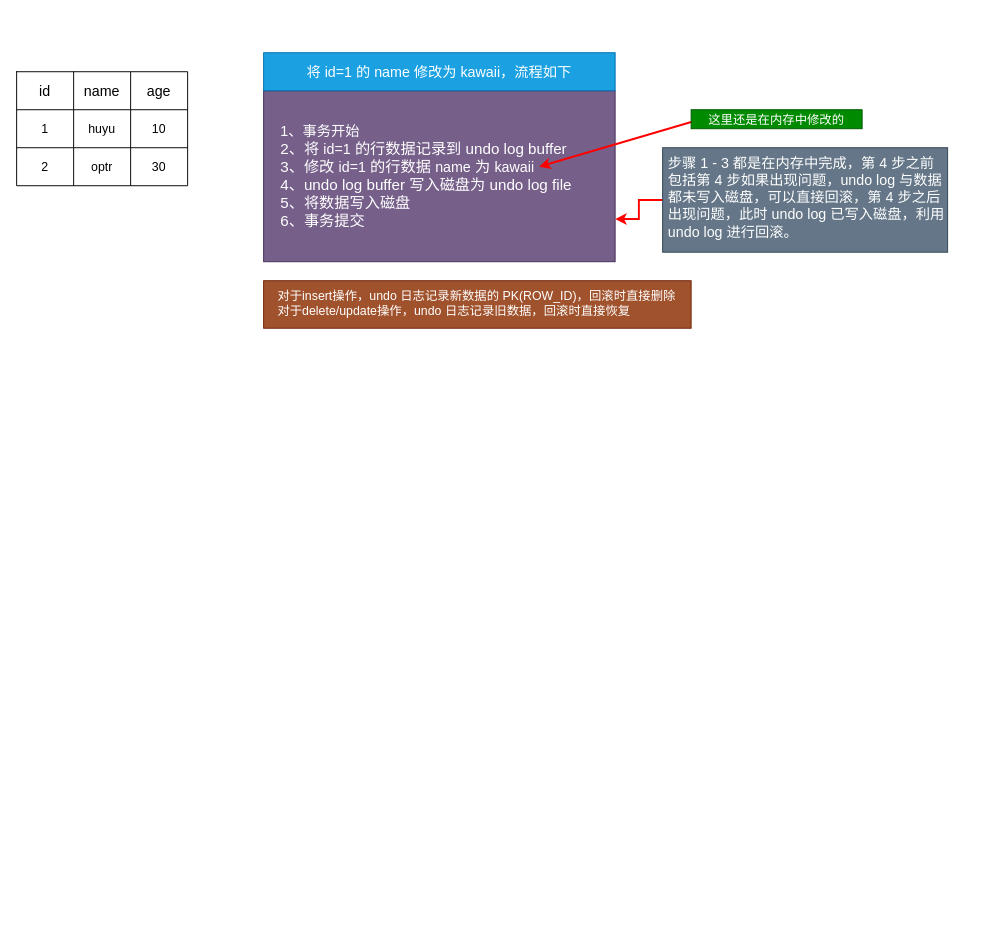
Above: mysql_redo_undo.drawio in Eudora-Bessie/AutoApiSR (draw.io), before the change. Source tidied: cells renumbered, new cells numbered last; positions are measured from the earlier drawing's top-left corner, leaving out a move shared by most shapes. Both pictures are drawn from the tidied source at 95%, with x=0, y=0 at pixel (16, 52).
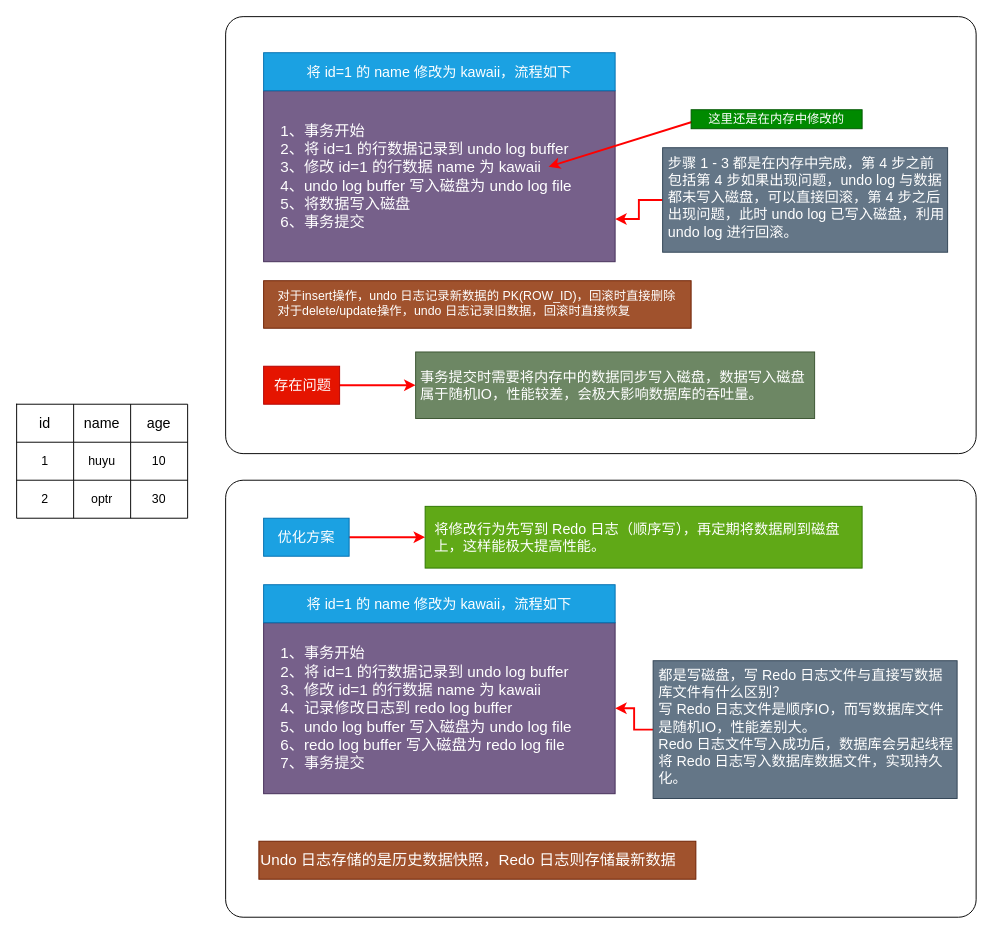
Above is the later version.

What changed in the source:
```diff
@@
+    <mxCell id="22" style="rounded=1;whiteSpace=wrap;html=1;fontSize=13;align=left;arcSize=4;" parent="1" vertex="1">
+      <mxGeometry x="220" y="-38" width="790" height="460" as="geometry" />
+    </mxCell>
     <mxCell id="2" style="shape=table;html=1;whiteSpace=wrap;startSize=0;childLayout=tableLayout;fontSize=14;" parent="1" vertex="1">
-      <mxGeometry y="20" width="180" height="120" as="geometry" />
+      <mxGeometry y="370" width="180" height="120" as="geometry" />
     </mxCell>
@@
-    <mxCell id="15" value="1、事务开始&lt;br&gt;&lt;font color=&quot;#ffffff&quot;&gt;&lt;span style=&quot;font-family: &amp;#34;microsoft yahei&amp;#34; , &amp;#34;helvetica&amp;#34; , &amp;#34;arial&amp;#34; , &amp;#34;lucida grande&amp;#34; , &amp;#34;tahoma&amp;#34; , sans-serif ; font-size: 16px ; text-align: justify ; text-indent: 32px&quot;&gt;2、将&amp;nbsp;&lt;/span&gt;id=1&lt;span style=&quot;font-family: &amp;#34;microsoft yahei&amp;#34; , &amp;#34;helvetica&amp;#34; , &amp;#34;arial&amp;#34; , &amp;#34;lucida grande&amp;#34; , &amp;#34;tahoma&amp;#34; , sans-serif ; font-size: 16px ; text-align: justify ; text-indent: 32px&quot;&gt;&amp;nbsp;的行数据记录到 undo log buffer&lt;/span&gt;&lt;br style=&quot;box-sizing: border-box ; font-family: &amp;#34;microsoft yahei&amp;#34; , &amp;#34;helvetica&amp;#34; , &amp;#34;arial&amp;#34; , &amp;#34;lucida grande&amp;#34; , &amp;#34;tahoma&amp;#34; , sans-serif ; font-size: 16px ; text-align: justify ; text-indent: 32px&quot;&gt;&lt;span style=&quot;font-family: &amp;#34;microsoft yahei&amp;#34; , &amp;#34;helvetica&amp;#34; , &amp;#34;arial&amp;#34; , &amp;#34;lucida grande&amp;#34; , &amp;#34;tahoma&amp;#34; , sans-serif ; font-size: 16px ; text-align: justify ; text-indent: 32px&quot;&gt;3、修改&amp;nbsp;&lt;/span&gt;id=1&lt;span style=&quot;font-family: &amp;#34;microsoft yahei&amp;#34; , &amp;#34;helvetica&amp;#34; , &amp;#34;arial&amp;#34; , &amp;#34;lucida grande&amp;#34; , &amp;#34;tahoma&amp;#34; , sans-serif ; font-size: 16px ; text-align: justify ; text-indent: 32px&quot;&gt;&amp;nbsp;的行数据&amp;nbsp;&lt;/span&gt;name&lt;span style=&quot;font-family: &amp;#34;microsoft yahei&amp;#34; , &amp;#34;helvetica&amp;#34; , &amp;#34;arial&amp;#34; , &amp;#34;lucida grande&amp;#34; , &amp;#34;tahoma&amp;#34; , sans-serif ; font-size: 16px ; text-align: justify ; text-indent: 32px&quot;&gt;&amp;nbsp;为&amp;nbsp;&lt;/span&gt;kawaii&lt;br style=&quot;box-sizing: border-box ; font-family: &amp;#34;microsoft yahei&amp;#34; , &amp;#34;helvetica&amp;#34; , &amp;#34;arial&amp;#34; , &amp;#34;lucida grande&amp;#34; , &amp;#34;tahoma&amp;#34; , sans-serif ; font-size: 16px ; text-align: justify ; text-indent: 32px&quot;&gt;&lt;span style=&quot;font-family: &amp;#34;microsoft yahei&amp;#34; , &amp;#34;helvetica&amp;#34; , &amp;#34;arial&amp;#34; , &amp;#34;lucida grande&amp;#34; , &amp;#34;tahoma&amp;#34; , sans-serif ; font-size: 16px ; text-align: justify ; text-indent: 32px&quot;&gt;4、undo log buffer 写入磁盘为 undo log file&lt;/span&gt;&lt;br style=&quot;box-sizing: border-box ; font-family: &amp;#34;microsoft yahei&amp;#34; , &amp;#34;helvetica&amp;#34; , &amp;#34;arial&amp;#34; , &amp;#34;lucida grande&amp;#34; , &amp;#34;tahoma&amp;#34; , sans-serif ; font-size: 16px ; text-align: justify ; text-indent: 32px&quot;&gt;&lt;span style=&quot;font-family: &amp;#34;microsoft yahei&amp;#34; , &amp;#34;helvetica&amp;#34; , &amp;#34;arial&amp;#34; , &amp;#34;lucida grande&amp;#34; , &amp;#34;tahoma&amp;#34; , sans-serif ; font-size: 16px ; text-align: justify ; text-indent: 32px&quot;&gt;5、将数据写入磁盘&lt;/span&gt;&lt;br style=&quot;box-sizing: border-box ; font-family: &amp;#34;microsoft yahei&amp;#34; , &amp;#34;helvetica&amp;#34; , &amp;#34;arial&amp;#34; , &amp;#34;lucida grande&amp;#34; , &amp;#34;tahoma&amp;#34; , sans-serif ; font-size: 16px ; text-align: justify ; text-indent: 32px&quot;&gt;&lt;span style=&quot;font-family: &amp;#34;microsoft yahei&amp;#34; , &amp;#34;helvetica&amp;#34; , &amp;#34;arial&amp;#34; , &amp;#34;lucida grande&amp;#34; , &amp;#34;tahoma&amp;#34; , sans-serif ; font-size: 16px ; text-align: justify ; text-indent: 32px&quot;&gt;6、事务提交&lt;/span&gt;&lt;/font&gt;" style="text;html=1;strokeColor=#432D57;fillColor=#76608a;align=left;verticalAlign=middle;whiteSpace=wrap;rounded=0;fontSize=15;fontColor=#ffffff;spacingRight=0;spacing=2;spacingLeft=16;" parent="1" vertex="1">
+    <mxCell id="15" value="1、事务开始&lt;br style=&quot;font-size: 16px;&quot;&gt;&lt;font color=&quot;#ffffff&quot; style=&quot;font-size: 16px;&quot;&gt;&lt;span style=&quot;font-family: &amp;quot;microsoft yahei&amp;quot; , &amp;quot;helvetica&amp;quot; , &amp;quot;arial&amp;quot; , &amp;quot;lucida grande&amp;quot; , &amp;quot;tahoma&amp;quot; , sans-serif ; font-size: 16px ; text-align: justify ; text-indent: 32px&quot;&gt;2、将&amp;nbsp;&lt;/span&gt;id=1&lt;span style=&quot;font-family: &amp;quot;microsoft yahei&amp;quot; , &amp;quot;helvetica&amp;quot; , &amp;quot;arial&amp;quot; , &amp;quot;lucida grande&amp;quot; , &amp;quot;tahoma&amp;quot; , sans-serif ; font-size: 16px ; text-align: justify ; text-indent: 32px&quot;&gt;&amp;nbsp;的行数据记录到 undo log buffer&lt;/span&gt;&lt;br style=&quot;box-sizing: border-box ; font-family: &amp;quot;microsoft yahei&amp;quot; , &amp;quot;helvetica&amp;quot; , &amp;quot;arial&amp;quot; , &amp;quot;lucida grande&amp;quot; , &amp;quot;tahoma&amp;quot; , sans-serif ; font-size: 16px ; text-align: justify ; text-indent: 32px&quot;&gt;&lt;span style=&quot;font-family: &amp;quot;microsoft yahei&amp;quot; , &amp;quot;helvetica&amp;quot; , &amp;quot;arial&amp;quot; , &amp;quot;lucida grande&amp;quot; , &amp;quot;tahoma&amp;quot; , sans-serif ; font-size: 16px ; text-align: justify ; text-indent: 32px&quot;&gt;3、修改&amp;nbsp;&lt;/span&gt;id=1&lt;span style=&quot;font-family: &amp;quot;microsoft yahei&amp;quot; , &amp;quot;helvetica&amp;quot; , &amp;quot;arial&amp;quot; , &amp;quot;lucida grande&amp;quot; , &amp;quot;tahoma&amp;quot; , sans-serif ; font-size: 16px ; text-align: justify ; text-indent: 32px&quot;&gt;&amp;nbsp;的行数据&amp;nbsp;&lt;/span&gt;name&lt;span style=&quot;font-family: &amp;quot;microsoft yahei&amp;quot; , &amp;quot;helvetica&amp;quot; , &amp;quot;arial&amp;quot; , &amp;quot;lucida grande&amp;quot; , &amp;quot;tahoma&amp;quot; , sans-serif ; font-size: 16px ; text-align: justify ; text-indent: 32px&quot;&gt;&amp;nbsp;为&amp;nbsp;&lt;/span&gt;kawaii&lt;br style=&quot;box-sizing: border-box ; font-family: &amp;quot;microsoft yahei&amp;quot; , &amp;quot;helvetica&amp;quot; , &amp;quot;arial&amp;quot; , &amp;quot;lucida grande&amp;quot; , &amp;quot;tahoma&amp;quot; , sans-serif ; font-size: 16px ; text-align: justify ; text-indent: 32px&quot;&gt;&lt;span style=&quot;font-family: &amp;quot;microsoft yahei&amp;quot; , &amp;quot;helvetica&amp;quot; , &amp;quot;arial&amp;quot; , &amp;quot;lucida grande&amp;quot; , &amp;quot;tahoma&amp;quot; , sans-serif ; font-size: 16px ; text-align: justify ; text-indent: 32px&quot;&gt;4、undo log buffer 写入磁盘为 undo log file&lt;/span&gt;&lt;br style=&quot;box-sizing: border-box ; font-family: &amp;quot;microsoft yahei&amp;quot; , &amp;quot;helvetica&amp;quot; , &amp;quot;arial&amp;quot; , &amp;quot;lucida grande&amp;quot; , &amp;quot;tahoma&amp;quot; , sans-serif ; font-size: 16px ; text-align: justify ; text-indent: 32px&quot;&gt;&lt;span style=&quot;font-family: &amp;quot;microsoft yahei&amp;quot; , &amp;quot;helvetica&amp;quot; , &amp;quot;arial&amp;quot; , &amp;quot;lucida grande&amp;quot; , &amp;quot;tahoma&amp;quot; , sans-serif ; font-size: 16px ; text-align: justify ; text-indent: 32px&quot;&gt;5、将数据写入磁盘&lt;/span&gt;&lt;br style=&quot;box-sizing: border-box ; font-family: &amp;quot;microsoft yahei&amp;quot; , &amp;quot;helvetica&amp;quot; , &amp;quot;arial&amp;quot; , &amp;quot;lucida grande&amp;quot; , &amp;quot;tahoma&amp;quot; , sans-serif ; font-size: 16px ; text-align: justify ; text-indent: 32px&quot;&gt;&lt;span style=&quot;font-family: &amp;quot;microsoft yahei&amp;quot; , &amp;quot;helvetica&amp;quot; , &amp;quot;arial&amp;quot; , &amp;quot;lucida grande&amp;quot; , &amp;quot;tahoma&amp;quot; , sans-serif ; font-size: 16px ; text-align: justify ; text-indent: 32px&quot;&gt;6、事务提交&lt;/span&gt;&lt;/font&gt;" style="text;html=1;strokeColor=#432D57;fillColor=#76608a;align=left;verticalAlign=middle;whiteSpace=wrap;rounded=0;fontSize=16;fontColor=#ffffff;spacingRight=0;spacing=2;spacingLeft=16;" parent="1" vertex="1">
       <mxGeometry x="260" y="40" width="370" height="180" as="geometry" />
     </mxCell>
@@
     <mxCell id="17" style="endArrow=classic;html=1;fontSize=13;flowAnimation=0;fillColor=#a20025;strokeColor=#FF0000;strokeWidth=2;" parent="1" edge="1">
       <mxGeometry relative="1" as="geometry">
         <mxPoint x="720" y="70" as="sourcePoint" />
-        <mxPoint x="550" y="120" as="targetPoint" />
+        <mxPoint x="560" y="120" as="targetPoint" />
       </mxGeometry>
     </mxCell>
@@
+    <mxCell id="23" style="edgeStyle=orthogonalEdgeStyle;rounded=0;jettySize=auto;html=1;strokeColor=#FF0000;strokeWidth=2;fontSize=13;" parent="1" edge="1" source="24" target="25">
+      <mxGeometry relative="1" as="geometry" />
+    </mxCell>
+    <mxCell id="24" value="&lt;div&gt;存在问题&lt;/div&gt;" style="text;html=1;strokeColor=#B20000;fillColor=#e51400;align=center;verticalAlign=middle;whiteSpace=wrap;rounded=0;fontSize=15;fontColor=#ffffff;spacingLeft=3;" parent="1" vertex="1">
+      <mxGeometry x="260" y="330" width="80" height="40" as="geometry" />
+    </mxCell>
+    <mxCell id="25" value="&lt;div&gt;事务提交时需要将内存中的数据同步写入磁盘，数据写入磁盘属于随机IO，性能较差，会极大影响数据库的吞吐量。&lt;/div&gt;" style="text;html=1;strokeColor=#3A5431;fillColor=#6d8764;align=left;verticalAlign=middle;whiteSpace=wrap;rounded=0;fontSize=15;spacingLeft=3;fontColor=#ffffff;" parent="1" vertex="1">
+      <mxGeometry x="420" y="315" width="420" height="70" as="geometry" />
+    </mxCell>
+    <mxCell id="26" style="rounded=1;whiteSpace=wrap;html=1;fontSize=13;align=left;arcSize=4;" parent="1" vertex="1">
+      <mxGeometry x="220" y="450" width="790" height="460" as="geometry" />
+    </mxCell>
+    <mxCell id="27" value="&lt;div style=&quot;font-size: 16px;&quot;&gt;1、事务开始&lt;/div&gt;&lt;div style=&quot;font-size: 16px;&quot;&gt;2、将 id=1 的行数据记录到 undo log buffer&lt;/div&gt;&lt;div style=&quot;font-size: 16px;&quot;&gt;3、修改 id=1 的行数据 name 为 kawaii&lt;/div&gt;&lt;div style=&quot;font-size: 16px;&quot;&gt;4、记录修改日志到 redo log buffer&lt;/div&gt;&lt;div style=&quot;font-size: 16px;&quot;&gt;5、undo log buffer 写入磁盘为 undo log file&lt;/div&gt;&lt;div style=&quot;font-size: 16px;&quot;&gt;6、redo log buffer 写入磁盘为 redo log file&lt;/div&gt;&lt;div style=&quot;font-size: 16px;&quot;&gt;7、事务提交&lt;/div&gt;" style="text;html=1;strokeColor=#432D57;fillColor=#76608a;align=left;verticalAlign=middle;whiteSpace=wrap;rounded=0;fontSize=16;fontColor=#ffffff;spacingRight=0;spacing=2;spacingLeft=16;" parent="1" vertex="1">
+      <mxGeometry x="260" y="600" width="370" height="180" as="geometry" />
+    </mxCell>
+    <mxCell id="28" value="&lt;div&gt;将 id=1 的 name 修改为 kawaii，流程如下&lt;/div&gt;" style="text;html=1;strokeColor=#006EAF;fillColor=#1ba1e2;align=center;verticalAlign=middle;whiteSpace=wrap;rounded=0;fontSize=15;fontColor=#ffffff;labelPosition=center;verticalLabelPosition=middle;" parent="1" vertex="1">
+      <mxGeometry x="260" y="560" width="370" height="40" as="geometry" />
+    </mxCell>
+    <mxCell id="29" style="edgeStyle=orthogonalEdgeStyle;rounded=0;jettySize=auto;html=1;strokeColor=#FF0000;strokeWidth=2;fontSize=13;" parent="1" edge="1" source="30" target="31">
+      <mxGeometry relative="1" as="geometry" />
+    </mxCell>
+    <mxCell id="30" value="&lt;div&gt;优化方案&lt;/div&gt;" style="text;html=1;strokeColor=#006EAF;fillColor=#1ba1e2;align=center;verticalAlign=middle;whiteSpace=wrap;rounded=0;fontSize=15;fontColor=#ffffff;" parent="1" vertex="1">
+      <mxGeometry x="260" y="490" width="90" height="40" as="geometry" />
+    </mxCell>
+    <mxCell id="31" value="&lt;div&gt;将修改行为先写到 Redo 日志（顺序写），再定期将数据刷到磁盘上，这样能极大提高性能。&lt;/div&gt;" style="text;html=1;strokeColor=#2D7600;fillColor=#60a917;align=left;verticalAlign=middle;whiteSpace=wrap;rounded=0;fontSize=15;fontColor=#ffffff;spacingLeft=8;" parent="1" vertex="1">
+      <mxGeometry x="430" y="477.5" width="460" height="65" as="geometry" />
+    </mxCell>
+    <mxCell id="32" style="edgeStyle=orthogonalEdgeStyle;rounded=0;jettySize=auto;html=1;strokeColor=#FF0000;strokeWidth=2;fontSize=16;" parent="1" edge="1" source="33" target="27">
+      <mxGeometry relative="1" as="geometry" />
+    </mxCell>
+    <mxCell id="33" value="&lt;div&gt;&lt;div&gt;都是写磁盘，写 Redo 日志文件与直接写数据库文件有什么区别？&lt;/div&gt;&lt;div&gt;写 Redo 日志文件是顺序IO，而写数据库文件是随机IO，性能差别大。&lt;/div&gt;&lt;div&gt;Redo 日志文件写入成功后，数据库会另起线程将 Redo 日志写入数据库数据文件，实现持久化。&lt;/div&gt;&lt;/div&gt;&lt;div&gt;&lt;br&gt;&lt;/div&gt;" style="text;html=1;strokeColor=#314354;fillColor=#647687;align=left;verticalAlign=middle;whiteSpace=wrap;rounded=0;fontSize=15;spacingLeft=4;fontColor=#ffffff;spacingTop=11;" parent="1" vertex="1">
+      <mxGeometry x="670" y="640" width="320" height="145" as="geometry" />
+    </mxCell>
+    <mxCell id="34" value="&lt;div&gt;Undo 日志存储的是历史数据快照，Redo 日志则存储最新数据&lt;/div&gt;" style="text;html=1;strokeColor=#6D1F00;fillColor=#a0522d;align=left;verticalAlign=middle;whiteSpace=wrap;rounded=0;fontSize=16;fontColor=#ffffff;" parent="1" vertex="1">
+      <mxGeometry x="255" y="830" width="460" height="40" as="geometry" />
+    </mxCell>
```
